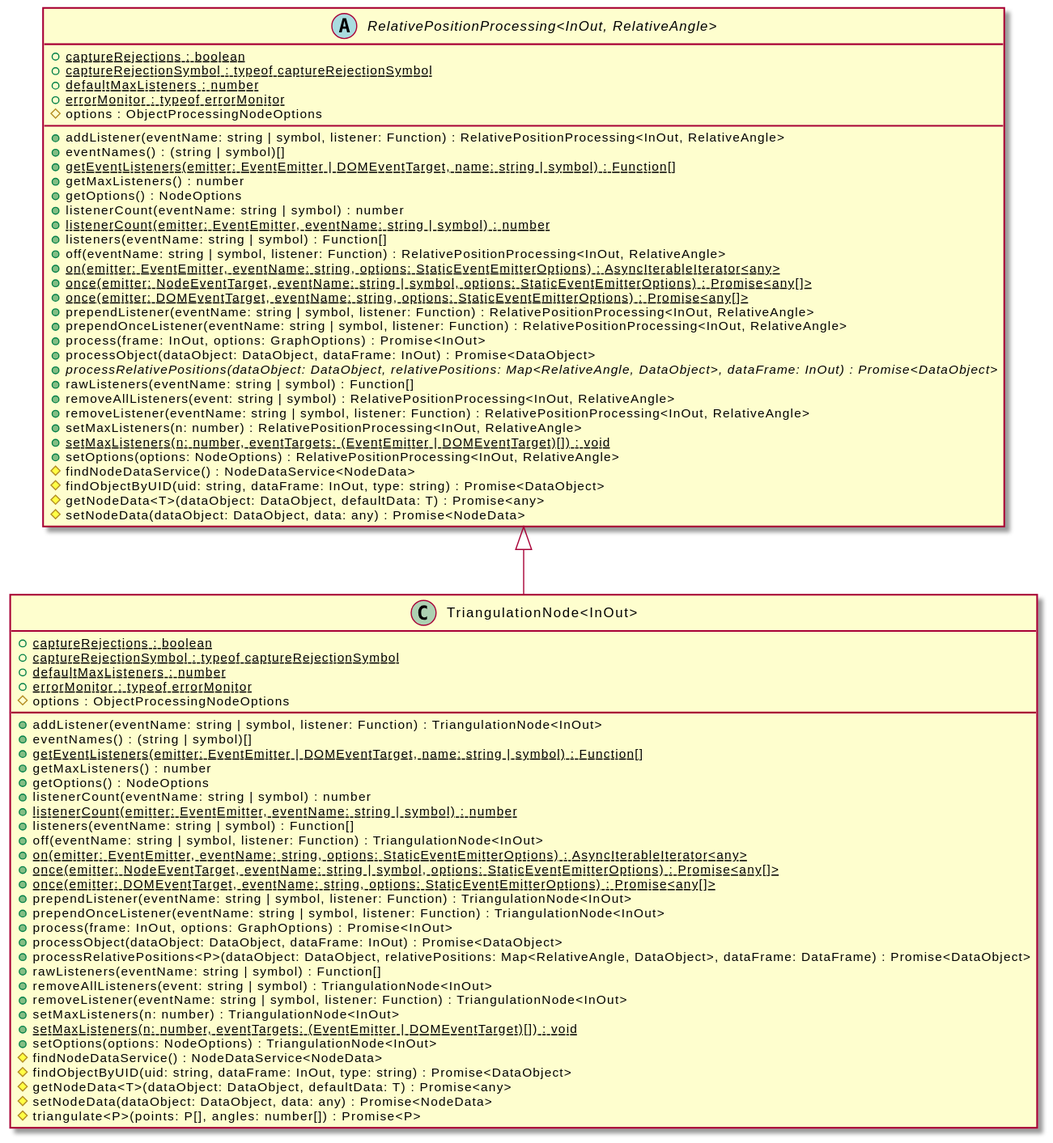
Earlier version of the PlantUML export assets/TriangulationNode-umlClassDiagram-14848.svg (OpenHPS/openhps-core). Its diagram source:
```plantuml
@startuml
skinparam BackgroundColor transparent
hide empty methods
hide empty fields
class "TriangulationNode<InOut>" {
    {static} +captureRejections : boolean
    {static} +captureRejectionSymbol : typeof captureRejectionSymbol
    {static} +defaultMaxListeners : number
    {static} +errorMonitor : typeof errorMonitor
    #options : ObjectProcessingNodeOptions
    +addListener(eventName: string | symbol, listener: Function) : TriangulationNode<InOut>
    +eventNames() : (string | symbol)[]
    {static} +getEventListeners(emitter: EventEmitter | DOMEventTarget, name: string | symbol) : Function[]
    +getMaxListeners() : number
    +getOptions() : NodeOptions
    +listenerCount(eventName: string | symbol) : number
    {static} +listenerCount(emitter: EventEmitter, eventName: string | symbol) : number
    +listeners(eventName: string | symbol) : Function[]
    +off(eventName: string | symbol, listener: Function) : TriangulationNode<InOut>
    {static} +on(emitter: EventEmitter, eventName: string, options: StaticEventEmitterOptions) : AsyncIterableIterator<any>
    {static} +once(emitter: NodeEventTarget, eventName: string | symbol, options: StaticEventEmitterOptions) : Promise<any[]>
    {static} +once(emitter: DOMEventTarget, eventName: string, options: StaticEventEmitterOptions) : Promise<any[]>
    +prependListener(eventName: string | symbol, listener: Function) : TriangulationNode<InOut>
    +prependOnceListener(eventName: string | symbol, listener: Function) : TriangulationNode<InOut>
    +process(frame: InOut, options: GraphOptions) : Promise<InOut>
    +processObject(dataObject: DataObject, dataFrame: InOut) : Promise<DataObject>
    +processRelativePositions<P>(dataObject: DataObject, relativePositions: Map<RelativeAngle, DataObject>, dataFrame: DataFrame) : Promise<DataObject>
    +rawListeners(eventName: string | symbol) : Function[]
    +removeAllListeners(event: string | symbol) : TriangulationNode<InOut>
    +removeListener(eventName: string | symbol, listener: Function) : TriangulationNode<InOut>
    +setMaxListeners(n: number) : TriangulationNode<InOut>
    {static} +setMaxListeners(n: number, eventTargets: (EventEmitter | DOMEventTarget)[]) : void
    +setOptions(options: NodeOptions) : TriangulationNode<InOut>
    #findNodeDataService() : NodeDataService<NodeData>
    #findObjectByUID(uid: string, dataFrame: InOut, type: string) : Promise<DataObject>
    #getNodeData<T>(dataObject: DataObject, defaultData: T) : Promise<any>
    #setNodeData(dataObject: DataObject, data: any) : Promise<NodeData>
    #triangulate<P>(points: P[], angles: number[]) : Promise<P>
}
abstract class "RelativePositionProcessing<InOut, RelativeAngle>" {
    {static} +captureRejections : boolean
    {static} +captureRejectionSymbol : typeof captureRejectionSymbol
    {static} +defaultMaxListeners : number
    {static} +errorMonitor : typeof errorMonitor
    #options : ObjectProcessingNodeOptions
    +addListener(eventName: string | symbol, listener: Function) : RelativePositionProcessing<InOut, RelativeAngle>
    +eventNames() : (string | symbol)[]
    {static} +getEventListeners(emitter: EventEmitter | DOMEventTarget, name: string | symbol) : Function[]
    +getMaxListeners() : number
    +getOptions() : NodeOptions
    +listenerCount(eventName: string | symbol) : number
    {static} +listenerCount(emitter: EventEmitter, eventName: string | symbol) : number
    +listeners(eventName: string | symbol) : Function[]
    +off(eventName: string | symbol, listener: Function) : RelativePositionProcessing<InOut, RelativeAngle>
    {static} +on(emitter: EventEmitter, eventName: string, options: StaticEventEmitterOptions) : AsyncIterableIterator<any>
    {static} +once(emitter: NodeEventTarget, eventName: string | symbol, options: StaticEventEmitterOptions) : Promise<any[]>
    {static} +once(emitter: DOMEventTarget, eventName: string, options: StaticEventEmitterOptions) : Promise<any[]>
    +prependListener(eventName: string | symbol, listener: Function) : RelativePositionProcessing<InOut, RelativeAngle>
    +prependOnceListener(eventName: string | symbol, listener: Function) : RelativePositionProcessing<InOut, RelativeAngle>
    +process(frame: InOut, options: GraphOptions) : Promise<InOut>
    +processObject(dataObject: DataObject, dataFrame: InOut) : Promise<DataObject>
    {abstract} +processRelativePositions(dataObject: DataObject, relativePositions: Map<RelativeAngle, DataObject>, dataFrame: InOut) : Promise<DataObject>
    +rawListeners(eventName: string | symbol) : Function[]
    +removeAllListeners(event: string | symbol) : RelativePositionProcessing<InOut, RelativeAngle>
    +removeListener(eventName: string | symbol, listener: Function) : RelativePositionProcessing<InOut, RelativeAngle>
    +setMaxListeners(n: number) : RelativePositionProcessing<InOut, RelativeAngle>
    {static} +setMaxListeners(n: number, eventTargets: (EventEmitter | DOMEventTarget)[]) : void
    +setOptions(options: NodeOptions) : RelativePositionProcessing<InOut, RelativeAngle>
    #findNodeDataService() : NodeDataService<NodeData>
    #findObjectByUID(uid: string, dataFrame: InOut, type: string) : Promise<DataObject>
    #getNodeData<T>(dataObject: DataObject, defaultData: T) : Promise<any>
    #setNodeData(dataObject: DataObject, data: any) : Promise<NodeData>
}
"RelativePositionProcessing<InOut, RelativeAngle>" <|-- "TriangulationNode<InOut>"
@enduml
```
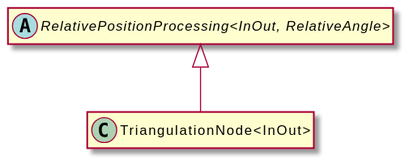
The same diagram one commit later.

Diff of the diagram source:
```diff
@@ -3,73 +3,8 @@
 hide empty methods
 hide empty fields
 class "TriangulationNode<InOut>" {
-    {static} +captureRejections : boolean
-    {static} +captureRejectionSymbol : typeof captureRejectionSymbol
-    {static} +defaultMaxListeners : number
-    {static} +errorMonitor : typeof errorMonitor
-    #options : ObjectProcessingNodeOptions
-    +addListener(eventName: string | symbol, listener: Function) : TriangulationNode<InOut>
-    +eventNames() : (string | symbol)[]
-    {static} +getEventListeners(emitter: EventEmitter | DOMEventTarget, name: string | symbol) : Function[]
-    +getMaxListeners() : number
-    +getOptions() : NodeOptions
-    +listenerCount(eventName: string | symbol) : number
-    {static} +listenerCount(emitter: EventEmitter, eventName: string | symbol) : number
-    +listeners(eventName: string | symbol) : Function[]
-    +off(eventName: string | symbol, listener: Function) : TriangulationNode<InOut>
-    {static} +on(emitter: EventEmitter, eventName: string, options: StaticEventEmitterOptions) : AsyncIterableIterator<any>
-    {static} +once(emitter: NodeEventTarget, eventName: string | symbol, options: StaticEventEmitterOptions) : Promise<any[]>
-    {static} +once(emitter: DOMEventTarget, eventName: string, options: StaticEventEmitterOptions) : Promise<any[]>
-    +prependListener(eventName: string | symbol, listener: Function) : TriangulationNode<InOut>
-    +prependOnceListener(eventName: string | symbol, listener: Function) : TriangulationNode<InOut>
-    +process(frame: InOut, options: GraphOptions) : Promise<InOut>
-    +processObject(dataObject: DataObject, dataFrame: InOut) : Promise<DataObject>
-    +processRelativePositions<P>(dataObject: DataObject, relativePositions: Map<RelativeAngle, DataObject>, dataFrame: DataFrame) : Promise<DataObject>
-    +rawListeners(eventName: string | symbol) : Function[]
-    +removeAllListeners(event: string | symbol) : TriangulationNode<InOut>
-    +removeListener(eventName: string | symbol, listener: Function) : TriangulationNode<InOut>
-    +setMaxListeners(n: number) : TriangulationNode<InOut>
-    {static} +setMaxListeners(n: number, eventTargets: (EventEmitter | DOMEventTarget)[]) : void
-    +setOptions(options: NodeOptions) : TriangulationNode<InOut>
-    #findNodeDataService() : NodeDataService<NodeData>
-    #findObjectByUID(uid: string, dataFrame: InOut, type: string) : Promise<DataObject>
-    #getNodeData<T>(dataObject: DataObject, defaultData: T) : Promise<any>
-    #setNodeData(dataObject: DataObject, data: any) : Promise<NodeData>
-    #triangulate<P>(points: P[], angles: number[]) : Promise<P>
 }
 abstract class "RelativePositionProcessing<InOut, RelativeAngle>" {
-    {static} +captureRejections : boolean
-    {static} +captureRejectionSymbol : typeof captureRejectionSymbol
-    {static} +defaultMaxListeners : number
-    {static} +errorMonitor : typeof errorMonitor
-    #options : ObjectProcessingNodeOptions
-    +addListener(eventName: string | symbol, listener: Function) : RelativePositionProcessing<InOut, RelativeAngle>
-    +eventNames() : (string | symbol)[]
-    {static} +getEventListeners(emitter: EventEmitter | DOMEventTarget, name: string | symbol) : Function[]
-    +getMaxListeners() : number
-    +getOptions() : NodeOptions
-    +listenerCount(eventName: string | symbol) : number
-    {static} +listenerCount(emitter: EventEmitter, eventName: string | symbol) : number
-    +listeners(eventName: string | symbol) : Function[]
-    +off(eventName: string | symbol, listener: Function) : RelativePositionProcessing<InOut, RelativeAngle>
-    {static} +on(emitter: EventEmitter, eventName: string, options: StaticEventEmitterOptions) : AsyncIterableIterator<any>
-    {static} +once(emitter: NodeEventTarget, eventName: string | symbol, options: StaticEventEmitterOptions) : Promise<any[]>
-    {static} +once(emitter: DOMEventTarget, eventName: string, options: StaticEventEmitterOptions) : Promise<any[]>
-    +prependListener(eventName: string | symbol, listener: Function) : RelativePositionProcessing<InOut, RelativeAngle>
-    +prependOnceListener(eventName: string | symbol, listener: Function) : RelativePositionProcessing<InOut, RelativeAngle>
-    +process(frame: InOut, options: GraphOptions) : Promise<InOut>
-    +processObject(dataObject: DataObject, dataFrame: InOut) : Promise<DataObject>
-    {abstract} +processRelativePositions(dataObject: DataObject, relativePositions: Map<RelativeAngle, DataObject>, dataFrame: InOut) : Promise<DataObject>
-    +rawListeners(eventName: string | symbol) : Function[]
-    +removeAllListeners(event: string | symbol) : RelativePositionProcessing<InOut, RelativeAngle>
-    +removeListener(eventName: string | symbol, listener: Function) : RelativePositionProcessing<InOut, RelativeAngle>
-    +setMaxListeners(n: number) : RelativePositionProcessing<InOut, RelativeAngle>
-    {static} +setMaxListeners(n: number, eventTargets: (EventEmitter | DOMEventTarget)[]) : void
-    +setOptions(options: NodeOptions) : RelativePositionProcessing<InOut, RelativeAngle>
-    #findNodeDataService() : NodeDataService<NodeData>
-    #findObjectByUID(uid: string, dataFrame: InOut, type: string) : Promise<DataObject>
-    #getNodeData<T>(dataObject: DataObject, defaultData: T) : Promise<any>
-    #setNodeData(dataObject: DataObject, data: any) : Promise<NodeData>
 }
 "RelativePositionProcessing<InOut, RelativeAngle>" <|-- "TriangulationNode<InOut>"
 @enduml
```
